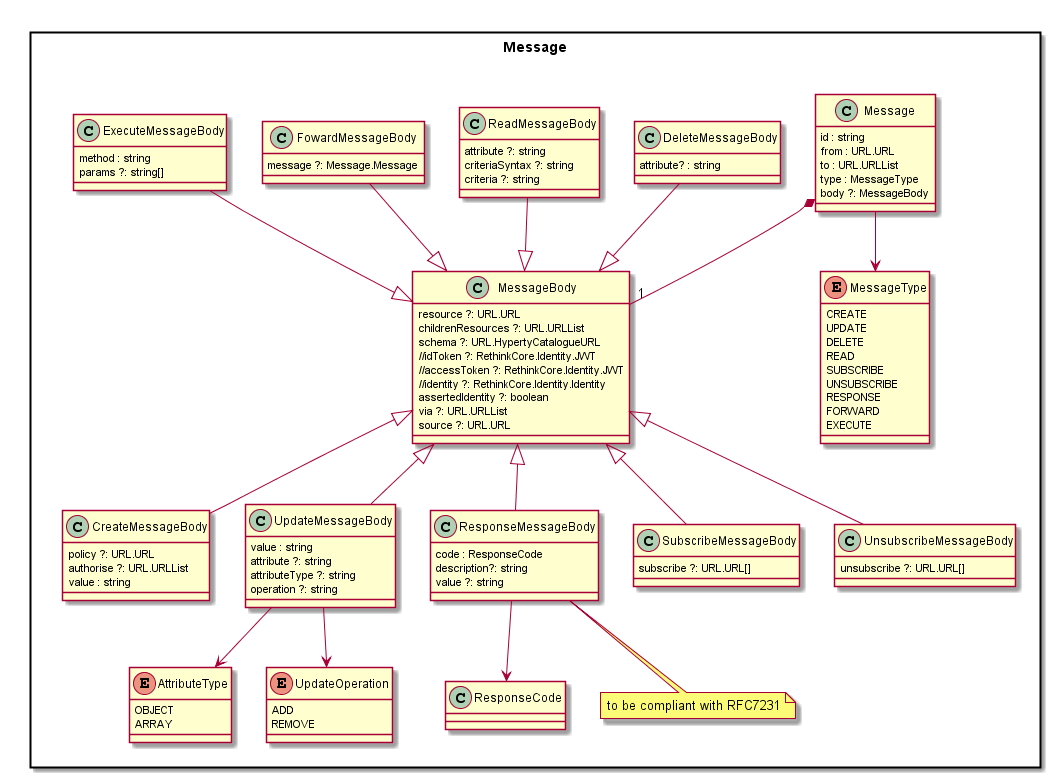
Above: docs/datamodel/core/message/Message-Data-Model.png in reTHINK-project/dev-service-framework (PlantUML), before the change.
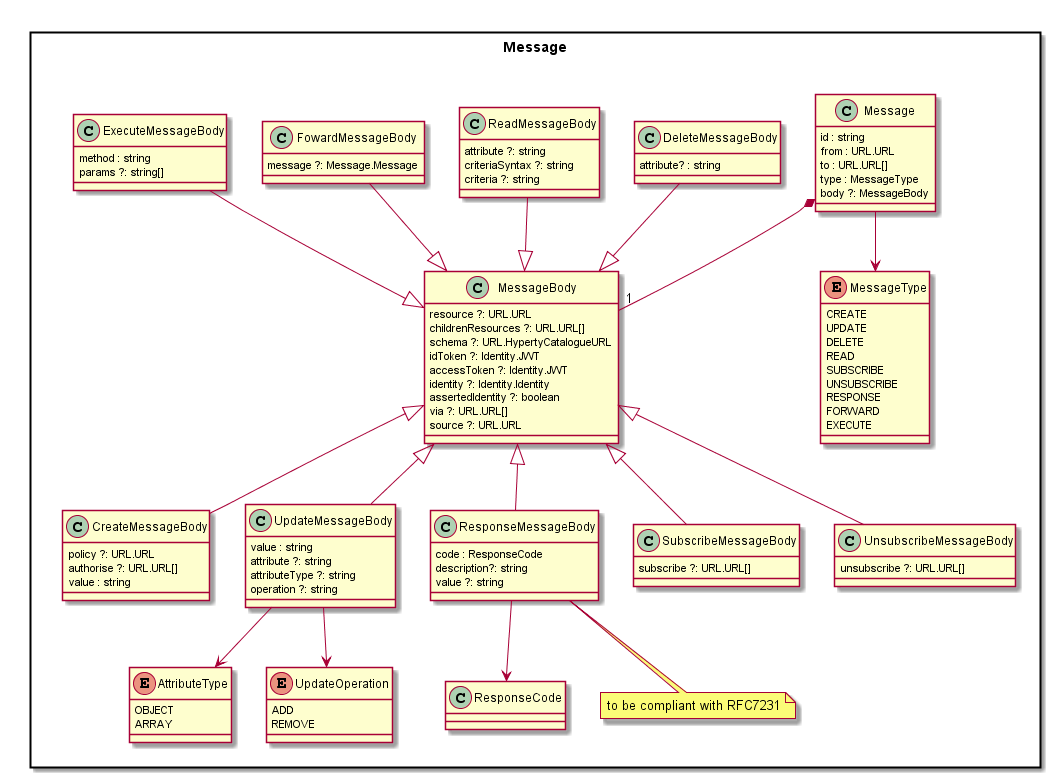
The same file after the commit.

What changed in the source:
```diff
@@ -5,26 +5,26 @@
 	class Message {
 		id : string
 		from : URL.URL
-		to : URL.URLList
+		to : URL.URL[]
 		type : MessageType
 		body ?: MessageBody
 	}
 
 	class MessageBody {
 		resource ?: URL.URL
-		childrenResources ?: URL.URLList
+		childrenResources ?: URL.URL[]
 		schema ?: URL.HypertyCatalogueURL
-		//idToken ?: RethinkCore.Identity.JWT
-		//accessToken ?: RethinkCore.Identity.JWT
-		//identity ?: RethinkCore.Identity.Identity
+		idToken ?: Identity.JWT
+		accessToken ?: Identity.JWT
+		identity ?: Identity.Identity
 		assertedIdentity ?: boolean
-		via ?: URL.URLList
+		via ?: URL.URL[]
 		source ?: URL.URL
 	}
 
 	class CreateMessageBody {
 		policy ?: URL.URL
-		authorise ?: URL.URLList
+		authorise ?: URL.URL[]
 		value : string
 	}
 
```
